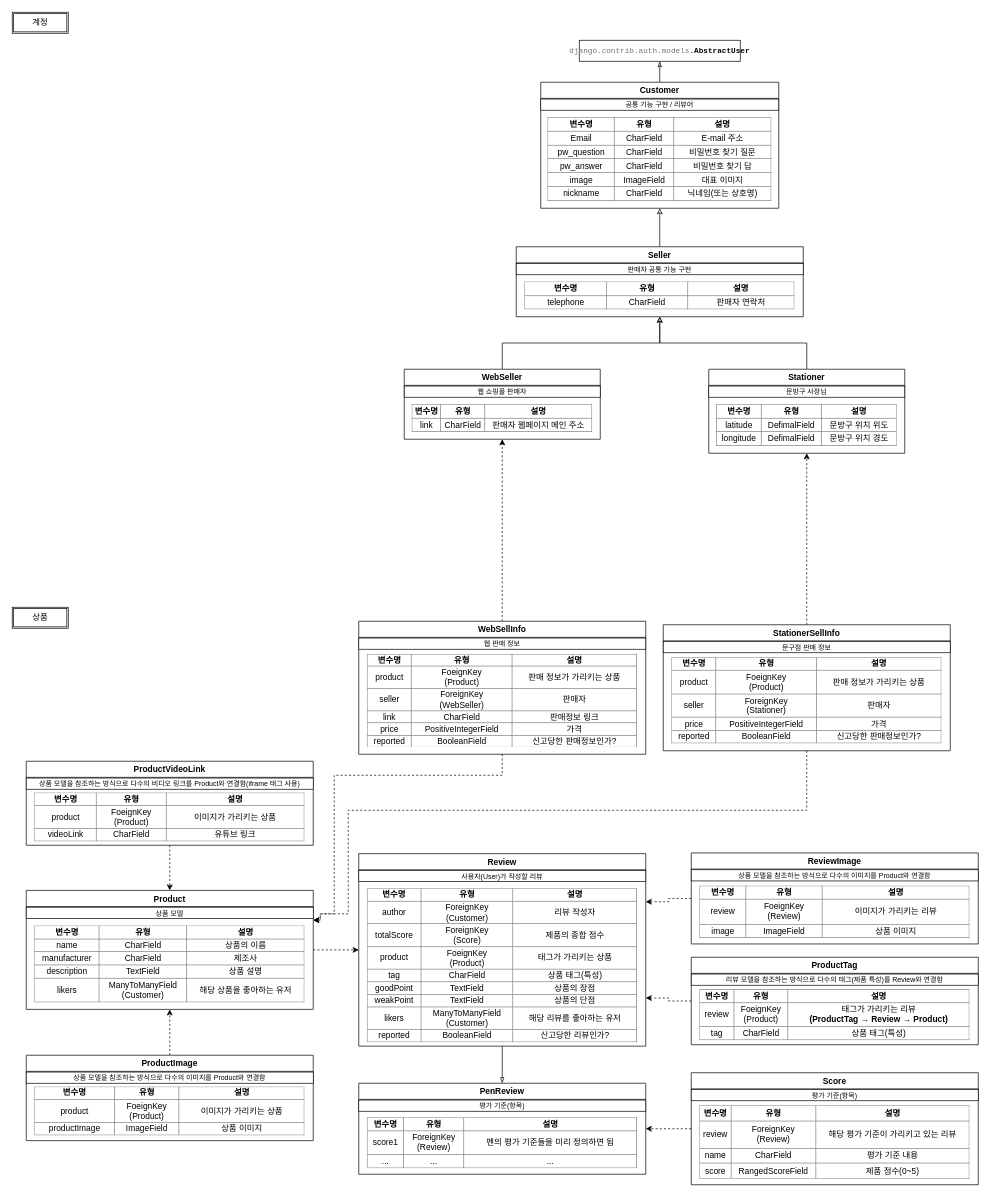
The draw.io diagram forWork/사자네 문방구 Model.drawio in pcjs156/LionStore, before the edit. Source tidied: cells renumbered, new cells numbered last; positions are measured from the earlier drawing's top-left corner, leaving out a move shared by most shapes. Both pictures are drawn from the tidied source at 70%, with x=0, y=0 at pixel (12, 12).
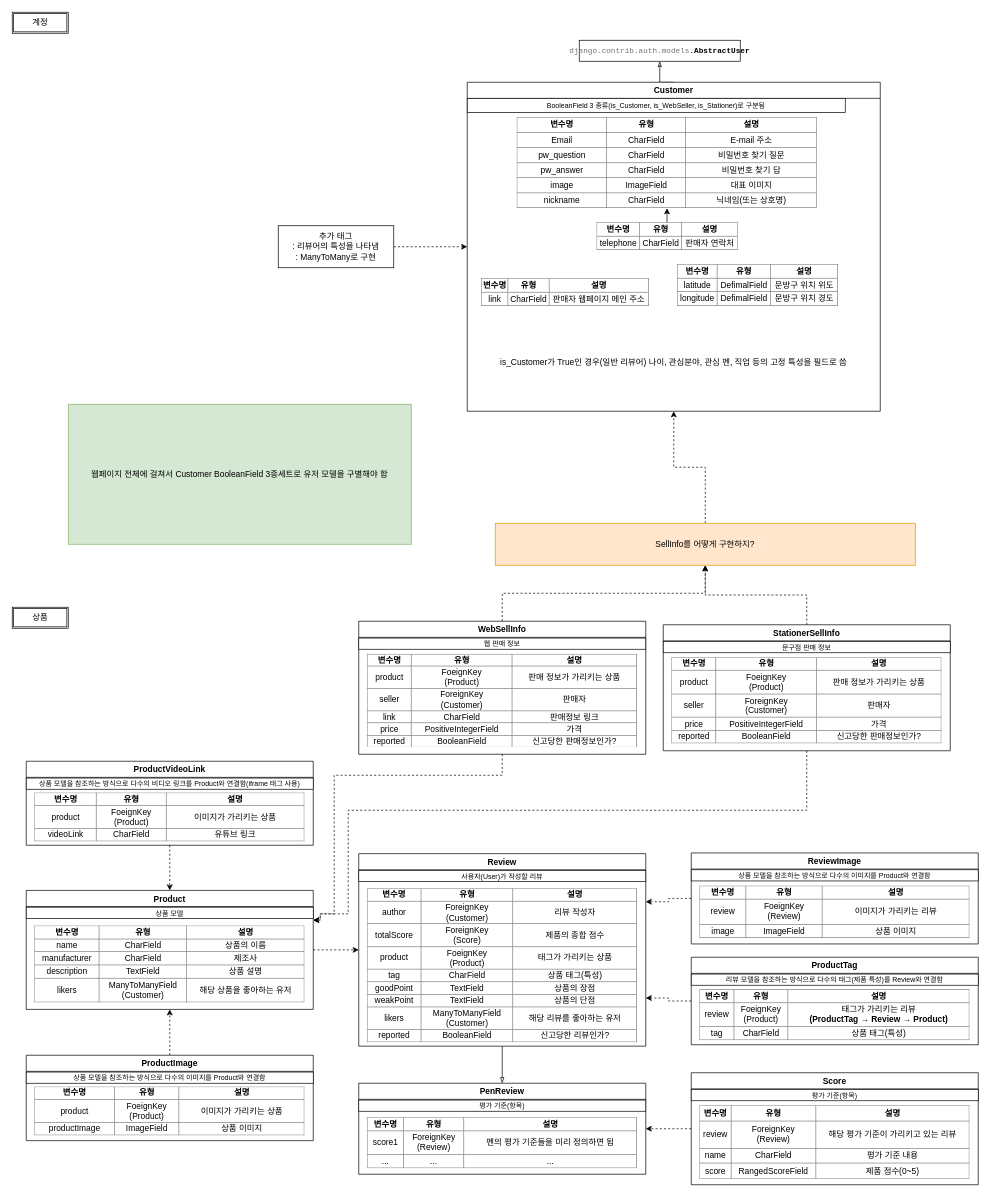
The same page after the edit.

Commit message (it also covers changes not shown here):
Model chart 수정,, 했는데 내일 회의 끝나고 정리한다음 수정할것

Unchanged cells that the change refers to:
```xml
<mxCell id="57" value="WebSellInfo" style="swimlane;" parent="1" vertex="1">
  <mxGeometry x="495" y="870" width="410" height="190" as="geometry" />
</mxCell>
<mxCell id="62" value="StationerSellInfo" style="swimlane;" parent="1" vertex="1">
  <mxGeometry x="930" y="875" width="410" height="180" as="geometry" />
</mxCell>
```

Diff of the diagram source:
```diff
@@
     <mxCell id="5" style="group;" parent="1" vertex="1">
-      <mxGeometry x="755" y="100" width="340" height="200" as="geometry" />
+      <mxGeometry x="710" y="90" width="530" height="480" as="geometry" />
     </mxCell>
     <mxCell id="6" value="Customer" style="swimlane;" parent="5" vertex="1">
-      <mxGeometry width="340" height="180" as="geometry" />
+      <mxGeometry x="-60" y="10" width="590" height="470" as="geometry" />
     </mxCell>
-    <mxCell id="7" value="&lt;font style=&quot;font-size: 10px&quot;&gt;공통 기능 구현 / 리뷰어&lt;/font&gt;" style="rounded=0;whiteSpace=wrap;html=1;" parent="6" vertex="1">
-      <mxGeometry y="24" width="340" height="16" as="geometry" />
+    <mxCell id="7" value="&lt;span style=&quot;font-size: 10px&quot;&gt;BooleanField 3 종류(is_Customer, is_WebSeller, is_Stationer)로 구분됨&lt;/span&gt;" style="rounded=0;whiteSpace=wrap;html=1;" parent="6" vertex="1">
+      <mxGeometry y="23" width="540" height="20" as="geometry" />
     </mxCell>
     <mxCell id="8" value="&lt;table border=&quot;1&quot; width=&quot;100%&quot; style=&quot;width: 100% ; height: 100% ; border-collapse: collapse&quot;&gt;&lt;tbody&gt;&lt;tr&gt;&lt;td&gt;&lt;b&gt;변수명&lt;/b&gt;&lt;/td&gt;&lt;td&gt;&lt;b&gt;유형&lt;/b&gt;&lt;/td&gt;&lt;td&gt;&lt;b&gt;설명&lt;/b&gt;&lt;/td&gt;&lt;/tr&gt;&lt;tr&gt;&lt;td&gt;Email&lt;/td&gt;&lt;td&gt;CharField&lt;/td&gt;&lt;td&gt;E-mail 주소&lt;/td&gt;&lt;/tr&gt;&lt;tr&gt;&lt;td&gt;pw_question&lt;/td&gt;&lt;td&gt;CharField&lt;/td&gt;&lt;td&gt;비밀번호 찾기 질문&lt;/td&gt;&lt;/tr&gt;&lt;tr&gt;&lt;td&gt;pw_answer&lt;/td&gt;&lt;td&gt;CharField&lt;/td&gt;&lt;td&gt;비밀번호 찾기 답&lt;/td&gt;&lt;/tr&gt;&lt;tr&gt;&lt;td&gt;image&lt;/td&gt;&lt;td&gt;ImageField&lt;/td&gt;&lt;td&gt;대표 이미지&lt;/td&gt;&lt;/tr&gt;&lt;tr&gt;&lt;td&gt;nickname&lt;/td&gt;&lt;td&gt;CharField&lt;/td&gt;&lt;td&gt;닉네임(또는 상호명)&lt;/td&gt;&lt;/tr&gt;&lt;/tbody&gt;&lt;/table&gt;" style="text;html=1;strokeColor=none;fillColor=none;overflow=fill;align=center;" parent="6" vertex="1">
-      <mxGeometry x="10" y="50" width="320" height="120" as="geometry" />
+      <mxGeometry x="70.9" y="50" width="429.1" height="130" as="geometry" />
     </mxCell>
-    <mxCell id="9" style="group;" parent="1" vertex="1">
-      <mxGeometry x="720" y="335" width="410" height="120" as="geometry" />
-    </mxCell>
-    <mxCell id="10" value="Seller" style="swimlane;" parent="9" vertex="1">
-      <mxGeometry width="410" height="100" as="geometry" />
-    </mxCell>
-    <mxCell id="11" value="&lt;font style=&quot;font-size: 10px&quot;&gt;판매자 공통 기능 구현&lt;/font&gt;" style="rounded=0;whiteSpace=wrap;html=1;" parent="10" vertex="1">
-      <mxGeometry y="24" width="410" height="16" as="geometry" />
-    </mxCell>
+    <mxCell id="65" style="edgeStyle=orthogonalEdgeStyle;rounded=0;jettySize=auto;html=1;exitX=0.5;exitY=0;exitDx=0;exitDy=0;" parent="6" edge="1" source="12" target="8">
+      <mxGeometry relative="1" as="geometry" />
+    </mxCell>
-    <mxCell id="12" value="&lt;table border=&quot;1&quot; width=&quot;100%&quot; style=&quot;width: 100% ; height: 100% ; border-collapse: collapse&quot;&gt;&lt;tbody&gt;&lt;tr&gt;&lt;td&gt;&lt;b&gt;변수명&lt;/b&gt;&lt;/td&gt;&lt;td&gt;&lt;b&gt;유형&lt;/b&gt;&lt;/td&gt;&lt;td&gt;&lt;b&gt;설명&lt;/b&gt;&lt;/td&gt;&lt;/tr&gt;&lt;tr&gt;&lt;td&gt;telephone&lt;/td&gt;&lt;td&gt;CharField&lt;/td&gt;&lt;td&gt;판매자 연락처&lt;/td&gt;&lt;/tr&gt;&lt;/tbody&gt;&lt;/table&gt;" style="text;html=1;strokeColor=none;fillColor=none;overflow=fill;align=center;" parent="10" vertex="1">
-      <mxGeometry x="12.1" y="50" width="385.9" height="40" as="geometry" />
+    <mxCell id="12" value="&lt;table border=&quot;1&quot; width=&quot;100%&quot; style=&quot;width: 100% ; height: 100% ; border-collapse: collapse&quot;&gt;&lt;tbody&gt;&lt;tr&gt;&lt;td&gt;&lt;b&gt;변수명&lt;/b&gt;&lt;/td&gt;&lt;td&gt;&lt;b&gt;유형&lt;/b&gt;&lt;/td&gt;&lt;td&gt;&lt;b&gt;설명&lt;/b&gt;&lt;/td&gt;&lt;/tr&gt;&lt;tr&gt;&lt;td&gt;telephone&lt;/td&gt;&lt;td&gt;CharField&lt;/td&gt;&lt;td&gt;판매자 연락처&lt;/td&gt;&lt;/tr&gt;&lt;/tbody&gt;&lt;/table&gt;" style="text;html=1;strokeColor=none;fillColor=none;overflow=fill;align=center;" parent="6" vertex="1">
+      <mxGeometry x="184.5" y="200" width="201.8" height="40" as="geometry" />
     </mxCell>
+    <mxCell id="30" value="&lt;table border=&quot;1&quot; width=&quot;100%&quot; style=&quot;width: 100% ; height: 100% ; border-collapse: collapse&quot;&gt;&lt;tbody&gt;&lt;tr&gt;&lt;td&gt;&lt;b&gt;변수명&lt;/b&gt;&lt;/td&gt;&lt;td&gt;&lt;b&gt;유형&lt;/b&gt;&lt;/td&gt;&lt;td&gt;&lt;b&gt;설명&lt;/b&gt;&lt;/td&gt;&lt;/tr&gt;&lt;tr&gt;&lt;td&gt;link&lt;/td&gt;&lt;td&gt;CharField&lt;/td&gt;&lt;td&gt;판매자 웹페이지 메인 주소&lt;/td&gt;&lt;/tr&gt;&lt;/tbody&gt;&lt;/table&gt;" style="text;html=1;strokeColor=none;fillColor=none;overflow=fill;align=center;" parent="6" vertex="1">
+      <mxGeometry x="20" y="280" width="240" height="40" as="geometry" />
+    </mxCell>
+    <mxCell id="34" value="&lt;table border=&quot;1&quot; width=&quot;100%&quot; style=&quot;width: 100% ; height: 100% ; border-collapse: collapse&quot;&gt;&lt;tbody&gt;&lt;tr&gt;&lt;td&gt;&lt;b&gt;변수명&lt;/b&gt;&lt;/td&gt;&lt;td&gt;&lt;b&gt;유형&lt;/b&gt;&lt;/td&gt;&lt;td&gt;&lt;b&gt;설명&lt;/b&gt;&lt;/td&gt;&lt;/tr&gt;&lt;tr&gt;&lt;td&gt;latitude&lt;/td&gt;&lt;td&gt;DefimalField&lt;/td&gt;&lt;td&gt;문방구 위치 위도&lt;/td&gt;&lt;/tr&gt;&lt;tr&gt;&lt;td&gt;longitude&lt;/td&gt;&lt;td&gt;DefimalField&lt;br&gt;&lt;/td&gt;&lt;td&gt;문방구 위치 경도&lt;/td&gt;&lt;/tr&gt;&lt;/tbody&gt;&lt;/table&gt;" style="text;html=1;strokeColor=none;fillColor=none;overflow=fill;align=center;" parent="6" vertex="1">
+      <mxGeometry x="300" y="260" width="230" height="60" as="geometry" />
+    </mxCell>
+    <mxCell id="66" value="is_Customer가 True인 경우(일반 리뷰어) 나이, 관심분야, 관심 펜, 직업 등의 고정 특성을 필드로 씀" style="text;html=1;strokeColor=none;fillColor=none;align=center;verticalAlign=middle;whiteSpace=wrap;rounded=0;" parent="6" vertex="1">
+      <mxGeometry x="30" y="390" width="530" height="20" as="geometry" />
+    </mxCell>
@@
-    <mxCell id="26" style="edgeStyle=orthogonalEdgeStyle;rounded=1;jettySize=auto;html=1;exitX=0.5;exitY=0;exitDx=0;exitDy=0;entryX=0.5;entryY=1;entryDx=0;entryDy=0;endArrow=classic;endFill=0;" parent="1" edge="1" source="10" target="6">
-      <mxGeometry relative="1" as="geometry" />
-    </mxCell>
-    <mxCell id="27" style="edgeStyle=orthogonalEdgeStyle;rounded=0;jettySize=auto;html=1;exitX=0.5;exitY=0;exitDx=0;exitDy=0;entryX=0.5;entryY=1;entryDx=0;entryDy=0;endArrow=classic;endFill=0;" parent="1" edge="1" source="28" target="10">
-      <mxGeometry relative="1" as="geometry" />
-    </mxCell>
-    <mxCell id="28" value="WebSeller" style="swimlane;" parent="1" vertex="1">
-      <mxGeometry x="560" y="510" width="280" height="100" as="geometry" />
-    </mxCell>
-    <mxCell id="29" value="&lt;span style=&quot;font-size: 10px&quot;&gt;웹 쇼핑몰 판매자&lt;/span&gt;" style="rounded=0;whiteSpace=wrap;html=1;" parent="28" vertex="1">
-      <mxGeometry y="24" width="280" height="16" as="geometry" />
-    </mxCell>
-    <mxCell id="30" value="&lt;table border=&quot;1&quot; width=&quot;100%&quot; style=&quot;width: 100% ; height: 100% ; border-collapse: collapse&quot;&gt;&lt;tbody&gt;&lt;tr&gt;&lt;td&gt;&lt;b&gt;변수명&lt;/b&gt;&lt;/td&gt;&lt;td&gt;&lt;b&gt;유형&lt;/b&gt;&lt;/td&gt;&lt;td&gt;&lt;b&gt;설명&lt;/b&gt;&lt;/td&gt;&lt;/tr&gt;&lt;tr&gt;&lt;td&gt;link&lt;/td&gt;&lt;td&gt;CharField&lt;/td&gt;&lt;td&gt;판매자 웹페이지 메인 주소&lt;/td&gt;&lt;/tr&gt;&lt;/tbody&gt;&lt;/table&gt;" style="text;html=1;strokeColor=none;fillColor=none;overflow=fill;align=center;" parent="28" vertex="1">
-      <mxGeometry x="11" y="50" width="257.9" height="40" as="geometry" />
-    </mxCell>
-    <mxCell id="31" style="edgeStyle=orthogonalEdgeStyle;rounded=0;jettySize=auto;html=1;exitX=0.5;exitY=0;exitDx=0;exitDy=0;entryX=0.5;entryY=1;entryDx=0;entryDy=0;endArrow=classic;endFill=0;" parent="1" edge="1" source="32" target="10">
-      <mxGeometry relative="1" as="geometry" />
-    </mxCell>
-    <mxCell id="32" value="Stationer" style="swimlane;" parent="1" vertex="1">
-      <mxGeometry x="995" y="510" width="280" height="120" as="geometry" />
-    </mxCell>
-    <mxCell id="33" value="&lt;span style=&quot;font-size: 10px&quot;&gt;문방구 사장님&lt;/span&gt;" style="rounded=0;whiteSpace=wrap;html=1;" parent="32" vertex="1">
-      <mxGeometry y="24" width="280" height="16" as="geometry" />
-    </mxCell>
-    <mxCell id="34" value="&lt;table border=&quot;1&quot; width=&quot;100%&quot; style=&quot;width: 100% ; height: 100% ; border-collapse: collapse&quot;&gt;&lt;tbody&gt;&lt;tr&gt;&lt;td&gt;&lt;b&gt;변수명&lt;/b&gt;&lt;/td&gt;&lt;td&gt;&lt;b&gt;유형&lt;/b&gt;&lt;/td&gt;&lt;td&gt;&lt;b&gt;설명&lt;/b&gt;&lt;/td&gt;&lt;/tr&gt;&lt;tr&gt;&lt;td&gt;latitude&lt;/td&gt;&lt;td&gt;DefimalField&lt;/td&gt;&lt;td&gt;문방구 위치 위도&lt;/td&gt;&lt;/tr&gt;&lt;tr&gt;&lt;td&gt;longitude&lt;/td&gt;&lt;td&gt;DefimalField&lt;br&gt;&lt;/td&gt;&lt;td&gt;문방구 위치 경도&lt;/td&gt;&lt;/tr&gt;&lt;/tbody&gt;&lt;/table&gt;" style="text;html=1;strokeColor=none;fillColor=none;overflow=fill;align=center;" parent="32" vertex="1">
-      <mxGeometry x="11" y="50" width="257.9" height="60" as="geometry" />
-    </mxCell>
@@
-    <mxCell id="55" style="edgeStyle=orthogonalEdgeStyle;rounded=0;jettySize=auto;html=1;exitX=0.5;exitY=0;exitDx=0;exitDy=0;entryX=0.5;entryY=1;entryDx=0;entryDy=0;dashed=1;startArrow=none;startFill=0;endArrow=classic;endFill=1;" parent="1" edge="1" source="57" target="28">
-      <mxGeometry relative="1" as="geometry">
-        <Array as="points">
-          <mxPoint x="700" y="610" />
-        </Array>
-      </mxGeometry>
-    </mxCell>
@@
+    <mxCell id="67" style="edgeStyle=orthogonalEdgeStyle;rounded=0;jettySize=auto;html=1;exitX=0.5;exitY=0;exitDx=0;exitDy=0;entryX=0.5;entryY=1;entryDx=0;entryDy=0;dashed=1;" parent="1" edge="1" source="57" target="72">
+      <mxGeometry relative="1" as="geometry" />
+    </mxCell>
@@
-    <mxCell id="59" value="&lt;table border=&quot;1&quot; width=&quot;100%&quot; style=&quot;width: 100% ; height: 100% ; border-collapse: collapse&quot;&gt;&lt;tbody&gt;&lt;tr&gt;&lt;td&gt;&lt;b&gt;변수명&lt;/b&gt;&lt;/td&gt;&lt;td&gt;&lt;b&gt;유형&lt;/b&gt;&lt;/td&gt;&lt;td&gt;&lt;b&gt;설명&lt;/b&gt;&lt;/td&gt;&lt;/tr&gt;&lt;tr&gt;&lt;td&gt;product&lt;/td&gt;&lt;td&gt;FoeignKey&lt;br&gt;(Product)&lt;/td&gt;&lt;td&gt;판매 정보가 가리키는 상품&lt;/td&gt;&lt;/tr&gt;&lt;tr&gt;&lt;td&gt;seller&lt;/td&gt;&lt;td&gt;ForeignKey&lt;br&gt;(WebSeller)&lt;/td&gt;&lt;td&gt;판매자&lt;/td&gt;&lt;/tr&gt;&lt;tr&gt;&lt;td&gt;link&lt;/td&gt;&lt;td&gt;CharField&lt;/td&gt;&lt;td&gt;판매정보 링크&lt;/td&gt;&lt;/tr&gt;&lt;tr&gt;&lt;td&gt;price&lt;/td&gt;&lt;td&gt;PositiveIntegerField&lt;/td&gt;&lt;td&gt;가격&lt;/td&gt;&lt;/tr&gt;&lt;tr&gt;&lt;td&gt;reported&lt;/td&gt;&lt;td&gt;BooleanField&lt;/td&gt;&lt;td&gt;신고당한 판매정보인가?&lt;/td&gt;&lt;/tr&gt;&lt;/tbody&gt;&lt;/table&gt;" style="text;html=1;strokeColor=none;fillColor=none;overflow=fill;align=center;" parent="57" vertex="1">
+    <mxCell id="59" value="&lt;table border=&quot;1&quot; width=&quot;100%&quot; style=&quot;width: 100% ; height: 100% ; border-collapse: collapse&quot;&gt;&lt;tbody&gt;&lt;tr&gt;&lt;td&gt;&lt;b&gt;변수명&lt;/b&gt;&lt;/td&gt;&lt;td&gt;&lt;b&gt;유형&lt;/b&gt;&lt;/td&gt;&lt;td&gt;&lt;b&gt;설명&lt;/b&gt;&lt;/td&gt;&lt;/tr&gt;&lt;tr&gt;&lt;td&gt;product&lt;/td&gt;&lt;td&gt;FoeignKey&lt;br&gt;(Product)&lt;/td&gt;&lt;td&gt;판매 정보가 가리키는 상품&lt;/td&gt;&lt;/tr&gt;&lt;tr&gt;&lt;td&gt;seller&lt;/td&gt;&lt;td&gt;ForeignKey&lt;br&gt;(Customer)&lt;/td&gt;&lt;td&gt;판매자&lt;/td&gt;&lt;/tr&gt;&lt;tr&gt;&lt;td&gt;link&lt;/td&gt;&lt;td&gt;CharField&lt;/td&gt;&lt;td&gt;판매정보 링크&lt;/td&gt;&lt;/tr&gt;&lt;tr&gt;&lt;td&gt;price&lt;/td&gt;&lt;td&gt;PositiveIntegerField&lt;/td&gt;&lt;td&gt;가격&lt;/td&gt;&lt;/tr&gt;&lt;tr&gt;&lt;td&gt;reported&lt;/td&gt;&lt;td&gt;BooleanField&lt;/td&gt;&lt;td&gt;신고당한 판매정보인가?&lt;/td&gt;&lt;/tr&gt;&lt;/tbody&gt;&lt;/table&gt;" style="text;html=1;strokeColor=none;fillColor=none;overflow=fill;align=center;" parent="57" vertex="1">
       <mxGeometry x="12.1" y="47" width="385.9" height="133" as="geometry" />
     </mxCell>
-    <mxCell id="60" style="edgeStyle=orthogonalEdgeStyle;rounded=0;jettySize=auto;html=1;exitX=0.5;exitY=0;exitDx=0;exitDy=0;entryX=0.5;entryY=1;entryDx=0;entryDy=0;dashed=1;startArrow=none;startFill=0;endArrow=classic;endFill=1;" parent="1" edge="1" source="62" target="32">
-      <mxGeometry relative="1" as="geometry">
-        <Array as="points">
-          <mxPoint x="1135" y="630" />
-        </Array>
-      </mxGeometry>
-    </mxCell>
@@
+    <mxCell id="68" style="edgeStyle=orthogonalEdgeStyle;rounded=0;jettySize=auto;html=1;exitX=0.5;exitY=0;exitDx=0;exitDy=0;entryX=0.5;entryY=1;entryDx=0;entryDy=0;dashed=1;" parent="1" edge="1" source="62" target="72">
+      <mxGeometry relative="1" as="geometry" />
+    </mxCell>
@@
-    <mxCell id="64" value="&lt;table border=&quot;1&quot; width=&quot;100%&quot; style=&quot;width: 100% ; height: 100% ; border-collapse: collapse&quot;&gt;&lt;tbody&gt;&lt;tr&gt;&lt;td&gt;&lt;b&gt;변수명&lt;/b&gt;&lt;/td&gt;&lt;td&gt;&lt;b&gt;유형&lt;/b&gt;&lt;/td&gt;&lt;td&gt;&lt;b&gt;설명&lt;/b&gt;&lt;/td&gt;&lt;/tr&gt;&lt;tr&gt;&lt;td&gt;product&lt;/td&gt;&lt;td&gt;FoeignKey&lt;br&gt;(Product)&lt;/td&gt;&lt;td&gt;판매 정보가 가리키는 상품&lt;/td&gt;&lt;/tr&gt;&lt;tr&gt;&lt;td&gt;seller&lt;/td&gt;&lt;td&gt;ForeignKey&lt;br&gt;(Stationer)&lt;/td&gt;&lt;td&gt;판매자&lt;/td&gt;&lt;/tr&gt;&lt;tr&gt;&lt;td&gt;price&lt;/td&gt;&lt;td&gt;PositiveIntegerField&lt;/td&gt;&lt;td&gt;가격&lt;/td&gt;&lt;/tr&gt;&lt;tr&gt;&lt;td&gt;reported&lt;/td&gt;&lt;td&gt;BooleanField&lt;/td&gt;&lt;td&gt;신고당한 판매정보인가?&lt;/td&gt;&lt;/tr&gt;&lt;/tbody&gt;&lt;/table&gt;" style="text;html=1;strokeColor=none;fillColor=none;overflow=fill;align=center;" parent="62" vertex="1">
+    <mxCell id="64" value="&lt;table border=&quot;1&quot; width=&quot;100%&quot; style=&quot;width: 100% ; height: 100% ; border-collapse: collapse&quot;&gt;&lt;tbody&gt;&lt;tr&gt;&lt;td&gt;&lt;b&gt;변수명&lt;/b&gt;&lt;/td&gt;&lt;td&gt;&lt;b&gt;유형&lt;/b&gt;&lt;/td&gt;&lt;td&gt;&lt;b&gt;설명&lt;/b&gt;&lt;/td&gt;&lt;/tr&gt;&lt;tr&gt;&lt;td&gt;product&lt;/td&gt;&lt;td&gt;FoeignKey&lt;br&gt;(Product)&lt;/td&gt;&lt;td&gt;판매 정보가 가리키는 상품&lt;/td&gt;&lt;/tr&gt;&lt;tr&gt;&lt;td&gt;seller&lt;/td&gt;&lt;td&gt;ForeignKey&lt;br&gt;(Customer)&lt;/td&gt;&lt;td&gt;판매자&lt;/td&gt;&lt;/tr&gt;&lt;tr&gt;&lt;td&gt;price&lt;/td&gt;&lt;td&gt;PositiveIntegerField&lt;/td&gt;&lt;td&gt;가격&lt;/td&gt;&lt;/tr&gt;&lt;tr&gt;&lt;td&gt;reported&lt;/td&gt;&lt;td&gt;BooleanField&lt;/td&gt;&lt;td&gt;신고당한 판매정보인가?&lt;/td&gt;&lt;/tr&gt;&lt;/tbody&gt;&lt;/table&gt;" style="text;html=1;strokeColor=none;fillColor=none;overflow=fill;align=center;" parent="62" vertex="1">
       <mxGeometry x="12.1" y="47" width="385.9" height="123" as="geometry" />
     </mxCell>
+    <mxCell id="69" style="edgeStyle=orthogonalEdgeStyle;rounded=0;jettySize=auto;html=1;exitX=1;exitY=0.5;exitDx=0;exitDy=0;entryX=0;entryY=0.5;entryDx=0;entryDy=0;dashed=1;" parent="1" edge="1" source="70" target="6">
+      <mxGeometry relative="1" as="geometry" />
+    </mxCell>
+    <mxCell id="70" value="추가 태그&lt;br&gt;: 리뷰어의 특성을 나타냄&lt;br&gt;: ManyToMany로 구현" style="rounded=0;whiteSpace=wrap;html=1;" parent="1" vertex="1">
+      <mxGeometry x="380" y="305" width="165" height="60" as="geometry" />
+    </mxCell>
+    <mxCell id="71" style="edgeStyle=orthogonalEdgeStyle;rounded=0;jettySize=auto;html=1;exitX=0.5;exitY=0;exitDx=0;exitDy=0;entryX=0.5;entryY=1;entryDx=0;entryDy=0;dashed=1;" parent="1" edge="1" source="72" target="6">
+      <mxGeometry relative="1" as="geometry" />
+    </mxCell>
+    <mxCell id="72" value="SellInfo를 어떻게 구현하지?" style="text;html=1;strokeColor=#d79b00;fillColor=#ffe6cc;align=center;verticalAlign=middle;whiteSpace=wrap;rounded=0;" parent="1" vertex="1">
+      <mxGeometry x="690" y="730" width="600" height="60" as="geometry" />
+    </mxCell>
+    <mxCell id="73" value="웹페이지 전체에 걸쳐서 Customer BooleanField 3종세트로 유저 모델을 구별해야 함" style="text;html=1;strokeColor=#82b366;fillColor=#d5e8d4;align=center;verticalAlign=middle;whiteSpace=wrap;rounded=0;" parent="1" vertex="1">
+      <mxGeometry x="80" y="560" width="490" height="200" as="geometry" />
+    </mxCell>
```
